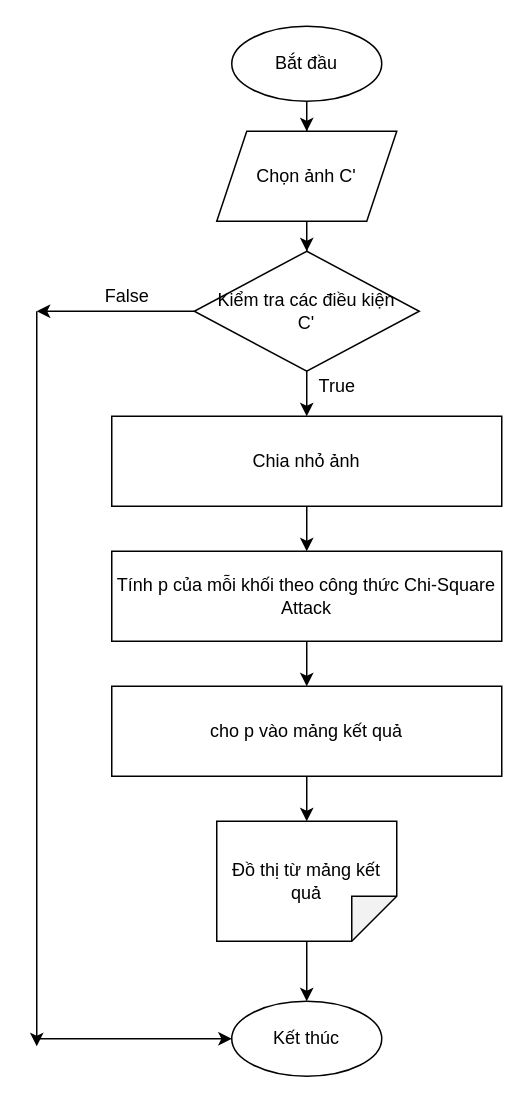
DEVRHEL/Steganography keeps this draw.io diagram as Untitled Diagram3.drawio. Above is the earlier version. Source tidied: cells renumbered, new cells numbered last; positions are measured from the earlier drawing's top-left corner, leaving out a move shared by most shapes. Both pictures are drawn from the tidied source at 150%, with x=0, y=0 at pixel (36, 26).
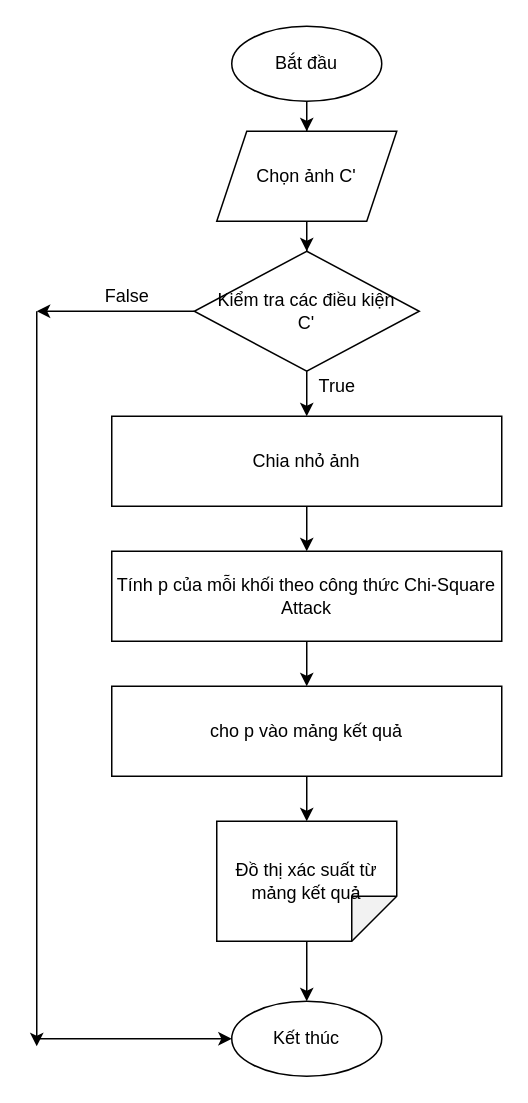
After the change.

The edit, as a diff of the source:
```diff
@@
-    <mxCell id="16" value="Đồ thị từ mảng kết quả" style="shape=note;whiteSpace=wrap;html=1;backgroundOutline=1;darkOpacity=0.05;direction=south;" parent="1" vertex="1">
+    <mxCell id="16" value="Đồ thị xác suất từ mảng kết quả" style="shape=note;whiteSpace=wrap;html=1;backgroundOutline=1;darkOpacity=0.05;direction=south;" parent="1" vertex="1">
       <mxGeometry x="120" y="530" width="120" height="80" as="geometry" />
     </mxCell>
```
